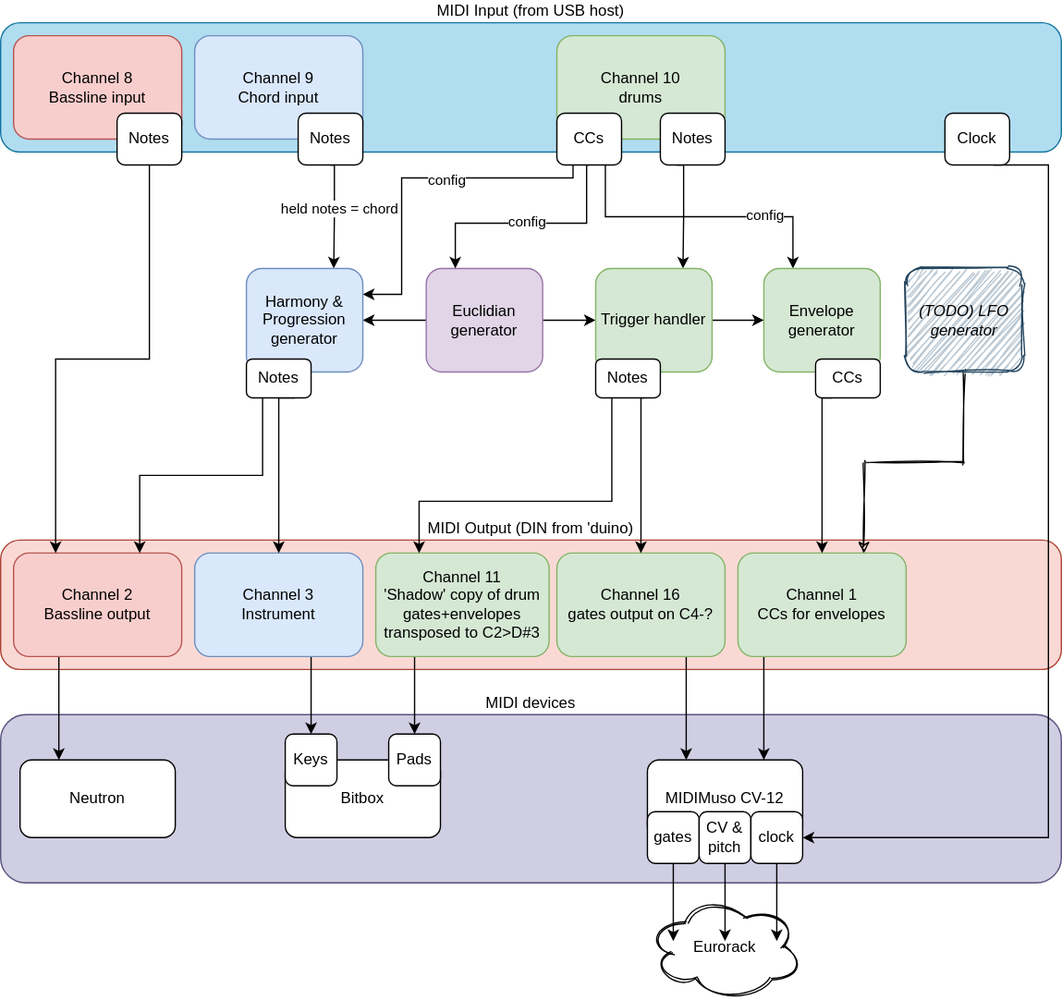
Before: drum2musocv_routing_diagram.svg, a diagram exported from draw.io (doctea/drum2musocv). Source tidied: cells renumbered, new cells last; positions are measured from the earlier drawing's top-left corner, leaving out a move shared by most shapes.
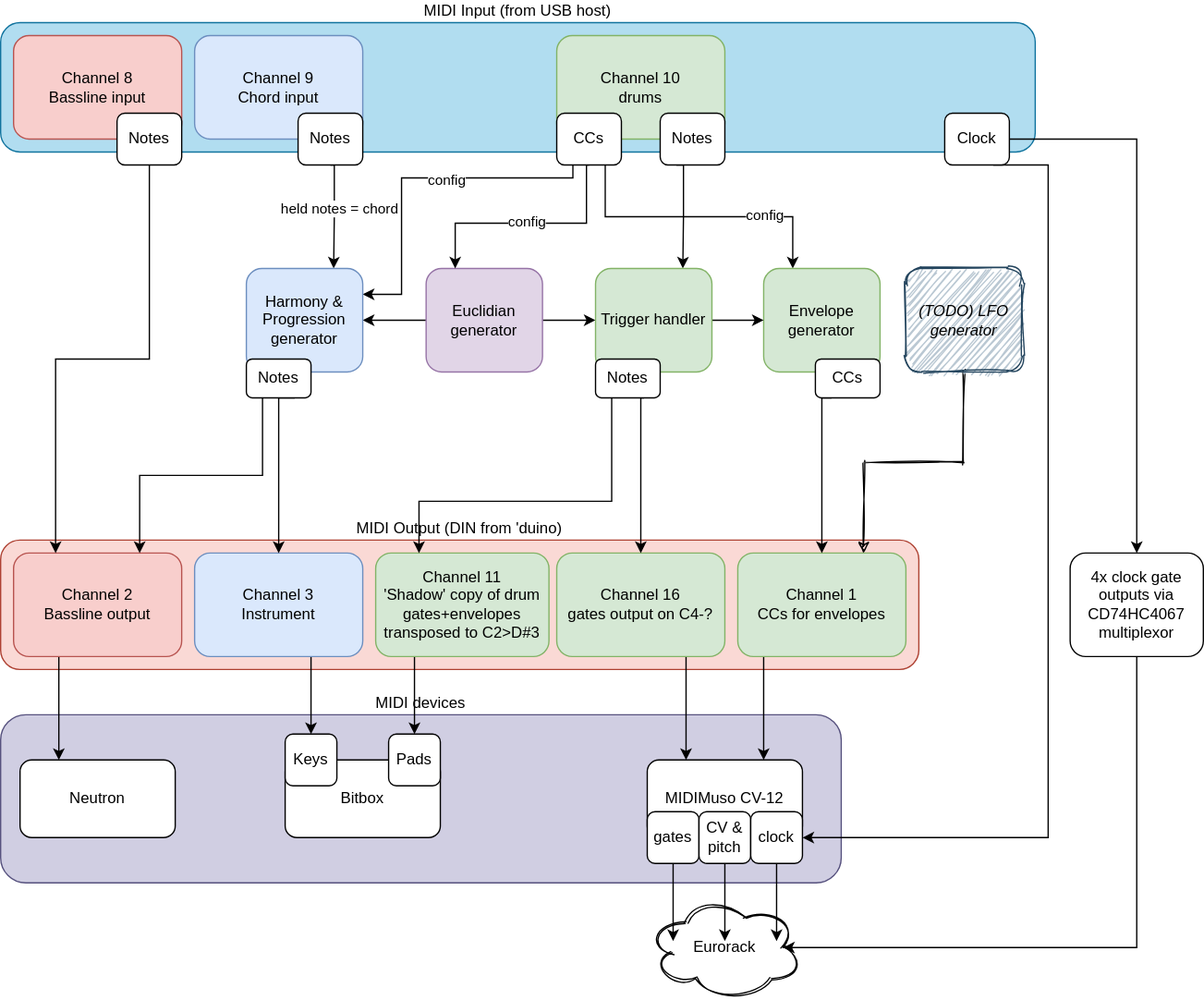
After the change.

What changed in the source:
```diff
@@ -6,10 +6,10 @@
       <mxGeometry x="500" y="675" width="120" height="80" as="geometry" />
     </mxCell>
     <mxCell id="3" value="MIDI devices" style="rounded=1;whiteSpace=wrap;html=1;labelPosition=center;verticalLabelPosition=top;align=center;verticalAlign=bottom;fillColor=#d0cee2;strokeColor=#56517e;" parent="1" vertex="1">
-      <mxGeometry y="535" width="820" height="130" as="geometry" />
+      <mxGeometry y="535" width="650" height="130" as="geometry" />
     </mxCell>
     <mxCell id="4" value="MIDI Output (DIN from 'duino)&lt;br&gt;" style="rounded=1;whiteSpace=wrap;html=1;labelPosition=center;verticalLabelPosition=top;align=center;verticalAlign=bottom;fillColor=#fad9d5;strokeColor=#ae4132;" parent="1" vertex="1">
-      <mxGeometry y="400" width="820" height="100" as="geometry" />
+      <mxGeometry y="400" width="710" height="100" as="geometry" />
     </mxCell>
     <mxCell id="5" style="edgeStyle=orthogonalEdgeStyle;rounded=0;jettySize=auto;html=1;exitX=0.25;exitY=1;exitDx=0;exitDy=0;entryX=0.25;entryY=0;entryDx=0;entryDy=0;" parent="1" edge="1" source="6" target="48">
       <mxGeometry relative="1" as="geometry">
@@ -62,7 +62,7 @@
       <mxGeometry x="570" y="410" width="130" height="80" as="geometry" />
     </mxCell>
     <mxCell id="15" value="&lt;font color=&quot;#000000&quot;&gt;MIDI Input (from USB host)&lt;/font&gt;" style="rounded=1;whiteSpace=wrap;html=1;labelPosition=center;verticalLabelPosition=top;align=center;verticalAlign=bottom;fillColor=#b1ddf0;strokeColor=#10739e;" parent="1" vertex="1">
-      <mxGeometry width="820" height="100" as="geometry" />
+      <mxGeometry width="800" height="100" as="geometry" />
     </mxCell>
     <mxCell id="16" value="Channel 8&lt;br&gt;Bassline input" style="rounded=1;whiteSpace=wrap;html=1;fillColor=#f8cecc;strokeColor=#b85450;" parent="1" vertex="1">
       <mxGeometry x="10" y="10" width="130" height="80" as="geometry" />
@@ -260,8 +260,21 @@
         </Array>
       </mxGeometry>
     </mxCell>
+    <mxCell id="63" style="edgeStyle=orthogonalEdgeStyle;rounded=0;jettySize=auto;html=1;exitX=1;exitY=0.5;exitDx=0;exitDy=0;entryX=0.5;entryY=0;entryDx=0;entryDy=0;" parent="1" edge="1" source="62" target="65">
+      <mxGeometry relative="1" as="geometry" />
+    </mxCell>
     <mxCell id="62" value="Clock" style="rounded=1;whiteSpace=wrap;html=1;" parent="1" vertex="1">
       <mxGeometry x="730" y="70" width="50" height="40" as="geometry" />
     </mxCell>
+    <mxCell id="64" style="edgeStyle=orthogonalEdgeStyle;rounded=0;jettySize=auto;html=1;exitX=0.5;exitY=1;exitDx=0;exitDy=0;entryX=0.875;entryY=0.5;entryDx=0;entryDy=0;entryPerimeter=0;" parent="1" edge="1" source="65" target="2">
+      <mxGeometry relative="1" as="geometry">
+        <Array as="points">
+          <mxPoint x="879" y="715" />
+        </Array>
+      </mxGeometry>
+    </mxCell>
+    <mxCell id="65" value="4x clock gate outputs via CD74HC4067 multiplexor" style="rounded=1;whiteSpace=wrap;html=1;" parent="1" vertex="1">
+      <mxGeometry x="827" y="410" width="103" height="80" as="geometry" />
+    </mxCell>
   </root>
 </mxGraphModel>
```
